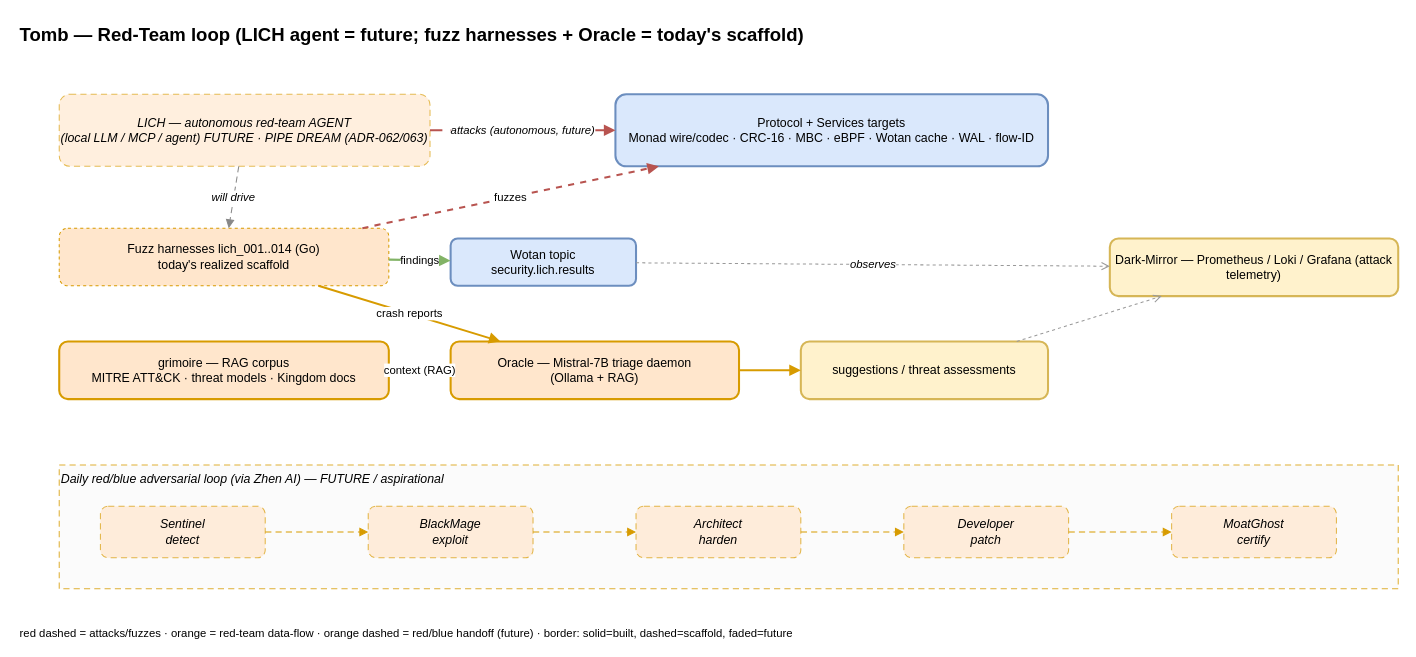
unheaded/unheaded keeps this draw.io diagram as page "5 · Tomb / Red-Team" (5 of 6) of docs/architecture/service-ontology.drawio. Above is the earlier version. Source tidied: cells renumbered, new cells numbered last; positions are measured from the earlier drawing's top-left corner, leaving out a move shared by most shapes. Both pictures are drawn from the tidied source at 103%, with x=0, y=0 at pixel (18, 18).
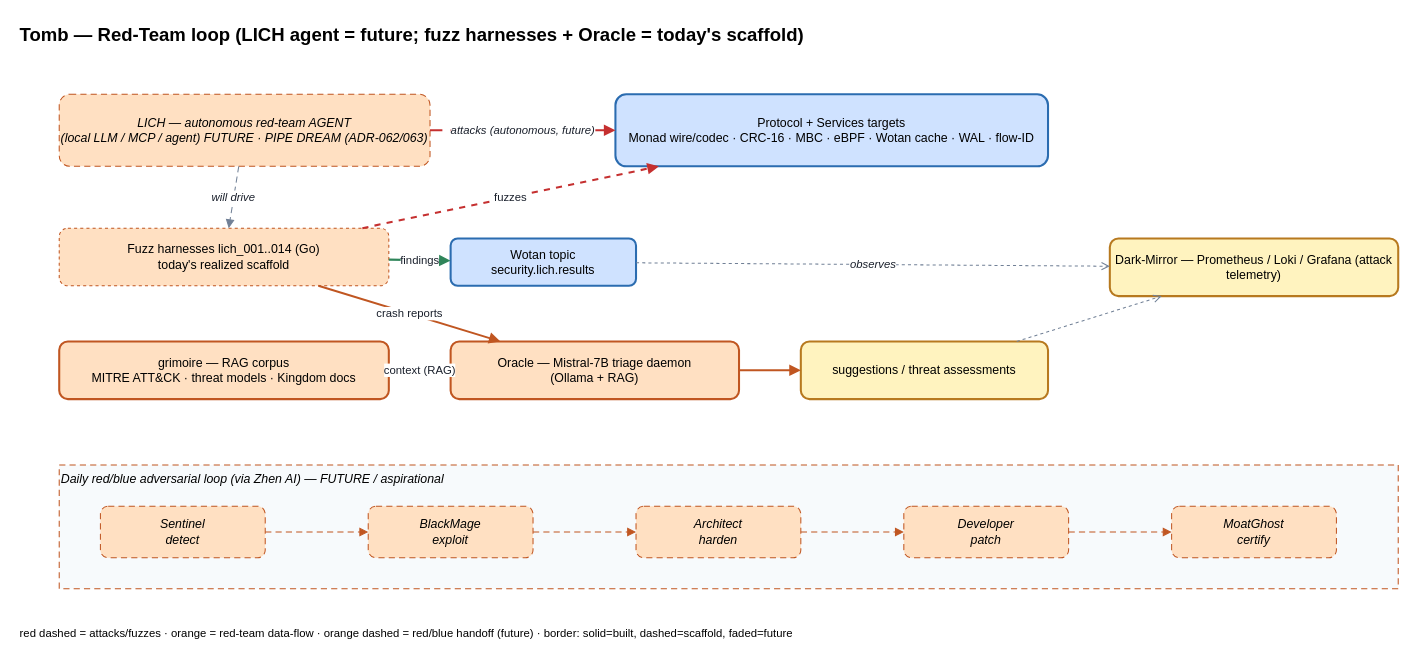
After the change.

Diff of the diagram source:
```diff
@@
-    <mxCell id="3" value="LICH — autonomous red-team AGENT&#10;(local LLM / MCP / agent)   FUTURE · PIPE DREAM (ADR-062/063)" style="rounded=1;whiteSpace=wrap;html=1;fillColor=#ffe6cc;strokeColor=#d79b00;dashed=1;dashPattern=6 4;opacity=65;fontStyle=2;" parent="1" vertex="1">
+    <mxCell id="3" value="LICH — autonomous red-team AGENT&#10;(local LLM / MCP / agent)   FUTURE · PIPE DREAM (ADR-062/063)" style="rounded=1;whiteSpace=wrap;html=1;fillColor=#ffe0c2;strokeColor=#c05621;dashed=1;dashPattern=6 4;fontStyle=2;" parent="1" vertex="1">
       <mxGeometry x="40" y="74" width="360" height="70" as="geometry" />
     </mxCell>
-    <mxCell id="4" value="Protocol + Services targets&#10;Monad wire/codec · CRC-16 · MBC · eBPF · Wotan cache · WAL · flow-ID" style="rounded=1;whiteSpace=wrap;html=1;fillColor=#dae8fc;strokeColor=#6c8ebf;strokeWidth=2;" parent="1" vertex="1">
+    <mxCell id="4" value="Protocol + Services targets&#10;Monad wire/codec · CRC-16 · MBC · eBPF · Wotan cache · WAL · flow-ID" style="rounded=1;whiteSpace=wrap;html=1;fillColor=#cfe2ff;strokeColor=#2b6cb0;strokeWidth=2;" parent="1" vertex="1">
       <mxGeometry x="580" y="74" width="420" height="70" as="geometry" />
     </mxCell>
-    <mxCell id="5" value="attacks (autonomous, future)" style="endArrow=block;html=1;strokeColor=#b85450;strokeWidth=2;dashed=1;dashPattern=6 4;fontStyle=2;" parent="1" edge="1" source="3" target="4">
+    <mxCell id="5" value="attacks (autonomous, future)" style="endArrow=block;html=1;labelBackgroundColor=#ffffff;fontColor=#1a202c;strokeColor=#c53030;strokeWidth=2;dashed=1;dashPattern=6 4;fontStyle=2;" parent="1" edge="1" source="3" target="4">
       <mxGeometry relative="1" as="geometry" />
     </mxCell>
-    <mxCell id="6" value="Fuzz harnesses lich_001..014 (Go)&#10;today's realized scaffold" style="rounded=1;whiteSpace=wrap;html=1;fillColor=#ffe6cc;strokeColor=#d79b00;dashed=1;" parent="1" vertex="1">
+    <mxCell id="6" value="Fuzz harnesses lich_001..014 (Go)&#10;today's realized scaffold" style="rounded=1;whiteSpace=wrap;html=1;fillColor=#ffe0c2;strokeColor=#c05621;dashed=1;" parent="1" vertex="1">
       <mxGeometry x="40" y="204" width="320" height="56" as="geometry" />
     </mxCell>
-    <mxCell id="7" value="will drive" style="endArrow=block;html=1;strokeColor=#888888;dashed=1;dashPattern=6 4;fontStyle=2;" parent="1" edge="1" source="3" target="6">
+    <mxCell id="7" value="will drive" style="endArrow=block;html=1;labelBackgroundColor=#ffffff;fontColor=#1a202c;strokeColor=#718096;dashed=1;dashPattern=6 4;fontStyle=2;" parent="1" edge="1" source="3" target="6">
       <mxGeometry relative="1" as="geometry" />
     </mxCell>
-    <mxCell id="8" value="fuzzes" style="endArrow=block;html=1;strokeColor=#b85450;strokeWidth=2;dashed=1;" parent="1" edge="1" source="6" target="4">
+    <mxCell id="8" value="fuzzes" style="endArrow=block;html=1;labelBackgroundColor=#ffffff;fontColor=#1a202c;strokeColor=#c53030;strokeWidth=2;dashed=1;" parent="1" edge="1" source="6" target="4">
       <mxGeometry relative="1" as="geometry" />
     </mxCell>
-    <mxCell id="9" value="Wotan topic&#10;security.lich.results" style="rounded=1;whiteSpace=wrap;html=1;fillColor=#dae8fc;strokeColor=#6c8ebf;strokeWidth=2;" parent="1" vertex="1">
+    <mxCell id="9" value="Wotan topic&#10;security.lich.results" style="rounded=1;whiteSpace=wrap;html=1;fillColor=#cfe2ff;strokeColor=#2b6cb0;strokeWidth=2;" parent="1" vertex="1">
       <mxGeometry x="420" y="214" width="180" height="46" as="geometry" />
     </mxCell>
-    <mxCell id="10" value="findings" style="endArrow=block;html=1;strokeColor=#82b366;strokeWidth=2;" parent="1" edge="1" source="6" target="9">
+    <mxCell id="10" value="findings" style="endArrow=block;html=1;labelBackgroundColor=#ffffff;fontColor=#1a202c;strokeColor=#2f855a;strokeWidth=2;" parent="1" edge="1" source="6" target="9">
       <mxGeometry relative="1" as="geometry" />
     </mxCell>
-    <mxCell id="11" value="grimoire — RAG corpus&#10;MITRE ATT&amp;CK · threat models · Kingdom docs" style="rounded=1;whiteSpace=wrap;html=1;fillColor=#ffe6cc;strokeColor=#d79b00;strokeWidth=2;" parent="1" vertex="1">
+    <mxCell id="11" value="grimoire — RAG corpus&#10;MITRE ATT&amp;CK · threat models · Kingdom docs" style="rounded=1;whiteSpace=wrap;html=1;fillColor=#ffe0c2;strokeColor=#c05621;strokeWidth=2;" parent="1" vertex="1">
       <mxGeometry x="40" y="314" width="320" height="56" as="geometry" />
     </mxCell>
-    <mxCell id="12" value="Oracle — Mistral-7B triage daemon&#10;(Ollama + RAG)" style="rounded=1;whiteSpace=wrap;html=1;fillColor=#ffe6cc;strokeColor=#d79b00;strokeWidth=2;" parent="1" vertex="1">
+    <mxCell id="12" value="Oracle — Mistral-7B triage daemon&#10;(Ollama + RAG)" style="rounded=1;whiteSpace=wrap;html=1;fillColor=#ffe0c2;strokeColor=#c05621;strokeWidth=2;" parent="1" vertex="1">
       <mxGeometry x="420" y="314" width="280" height="56" as="geometry" />
     </mxCell>
-    <mxCell id="13" value="suggestions / threat assessments" style="rounded=1;whiteSpace=wrap;html=1;fillColor=#fff2cc;strokeColor=#d6b656;strokeWidth=2;" parent="1" vertex="1">
+    <mxCell id="13" value="suggestions / threat assessments" style="rounded=1;whiteSpace=wrap;html=1;fillColor=#fff3bf;strokeColor=#b7791f;strokeWidth=2;" parent="1" vertex="1">
       <mxGeometry x="760" y="314" width="240" height="56" as="geometry" />
     </mxCell>
-    <mxCell id="14" value="context (RAG)" style="endArrow=block;html=1;strokeColor=#d79b00;strokeWidth=2;" parent="1" edge="1" source="11" target="12">
+    <mxCell id="14" value="context (RAG)" style="endArrow=block;html=1;labelBackgroundColor=#ffffff;fontColor=#1a202c;strokeColor=#c05621;strokeWidth=2;" parent="1" edge="1" source="11" target="12">
       <mxGeometry relative="1" as="geometry" />
     </mxCell>
-    <mxCell id="15" value="crash reports" style="endArrow=block;html=1;strokeColor=#d79b00;strokeWidth=2;" parent="1" edge="1" source="6" target="12">
+    <mxCell id="15" value="crash reports" style="endArrow=block;html=1;labelBackgroundColor=#ffffff;fontColor=#1a202c;strokeColor=#c05621;strokeWidth=2;" parent="1" edge="1" source="6" target="12">
       <mxGeometry relative="1" as="geometry" />
     </mxCell>
-    <mxCell id="16" style="endArrow=block;html=1;strokeColor=#d79b00;strokeWidth=2;" parent="1" edge="1" source="12" target="13">
+    <mxCell id="16" style="endArrow=block;html=1;labelBackgroundColor=#ffffff;fontColor=#1a202c;strokeColor=#c05621;strokeWidth=2;" parent="1" edge="1" source="12" target="13">
       <mxGeometry relative="1" as="geometry" />
     </mxCell>
-    <mxCell id="17" value="Dark-Mirror — Prometheus / Loki / Grafana (attack telemetry)" style="rounded=1;whiteSpace=wrap;html=1;fillColor=#fff2cc;strokeColor=#d6b656;strokeWidth=2;" parent="1" vertex="1">
+    <mxCell id="17" value="Dark-Mirror — Prometheus / Loki / Grafana (attack telemetry)" style="rounded=1;whiteSpace=wrap;html=1;fillColor=#fff3bf;strokeColor=#b7791f;strokeWidth=2;" parent="1" vertex="1">
       <mxGeometry x="1060" y="214" width="280" height="56" as="geometry" />
     </mxCell>
-    <mxCell id="18" value="observes" style="endArrow=open;html=1;strokeColor=#999999;dashed=1;fontStyle=2;" parent="1" edge="1" source="9" target="17">
+    <mxCell id="18" value="observes" style="endArrow=open;html=1;labelBackgroundColor=#ffffff;fontColor=#1a202c;strokeColor=#718096;dashed=1;fontStyle=2;" parent="1" edge="1" source="9" target="17">
       <mxGeometry relative="1" as="geometry" />
     </mxCell>
-    <mxCell id="19" style="endArrow=open;html=1;strokeColor=#999999;dashed=1;" parent="1" edge="1" source="13" target="17">
+    <mxCell id="19" style="endArrow=open;html=1;labelBackgroundColor=#ffffff;fontColor=#1a202c;strokeColor=#718096;dashed=1;" parent="1" edge="1" source="13" target="17">
       <mxGeometry relative="1" as="geometry" />
     </mxCell>
-    <mxCell id="20" value="Daily red/blue adversarial loop (via Zhen AI) — FUTURE / aspirational" style="rounded=0;whiteSpace=wrap;html=1;fillColor=#fbfbfb;strokeColor=#d79b00;dashed=1;dashPattern=6 4;verticalAlign=top;align=left;fontStyle=2;fontSize=12;opacity=80;" parent="1" vertex="1">
+    <mxCell id="20" value="Daily red/blue adversarial loop (via Zhen AI) — FUTURE / aspirational" style="rounded=0;whiteSpace=wrap;html=1;fillColor=#f7fafc;strokeColor=#c05621;dashed=1;dashPattern=6 4;verticalAlign=top;align=left;fontStyle=2;fontSize=12;" parent="1" vertex="1">
       <mxGeometry x="40" y="434" width="1300" height="120" as="geometry" />
     </mxCell>
-    <mxCell id="21" value="Sentinel&#10;detect" style="rounded=1;whiteSpace=wrap;html=1;fillColor=#ffe6cc;strokeColor=#d79b00;dashed=1;dashPattern=6 4;opacity=70;fontStyle=2;" parent="1" vertex="1">
+    <mxCell id="21" value="Sentinel&#10;detect" style="rounded=1;whiteSpace=wrap;html=1;fillColor=#ffe0c2;strokeColor=#c05621;dashed=1;dashPattern=6 4;fontStyle=2;" parent="1" vertex="1">
       <mxGeometry x="80" y="474" width="160" height="50" as="geometry" />
     </mxCell>
-    <mxCell id="22" value="BlackMage&#10;exploit" style="rounded=1;whiteSpace=wrap;html=1;fillColor=#ffe6cc;strokeColor=#d79b00;dashed=1;dashPattern=6 4;opacity=70;fontStyle=2;" parent="1" vertex="1">
+    <mxCell id="22" value="BlackMage&#10;exploit" style="rounded=1;whiteSpace=wrap;html=1;fillColor=#ffe0c2;strokeColor=#c05621;dashed=1;dashPattern=6 4;fontStyle=2;" parent="1" vertex="1">
       <mxGeometry x="340" y="474" width="160" height="50" as="geometry" />
     </mxCell>
-    <mxCell id="23" value="Architect&#10;harden" style="rounded=1;whiteSpace=wrap;html=1;fillColor=#ffe6cc;strokeColor=#d79b00;dashed=1;dashPattern=6 4;opacity=70;fontStyle=2;" parent="1" vertex="1">
+    <mxCell id="23" value="Architect&#10;harden" style="rounded=1;whiteSpace=wrap;html=1;fillColor=#ffe0c2;strokeColor=#c05621;dashed=1;dashPattern=6 4;fontStyle=2;" parent="1" vertex="1">
       <mxGeometry x="600" y="474" width="160" height="50" as="geometry" />
     </mxCell>
-    <mxCell id="24" value="Developer&#10;patch" style="rounded=1;whiteSpace=wrap;html=1;fillColor=#ffe6cc;strokeColor=#d79b00;dashed=1;dashPattern=6 4;opacity=70;fontStyle=2;" parent="1" vertex="1">
+    <mxCell id="24" value="Developer&#10;patch" style="rounded=1;whiteSpace=wrap;html=1;fillColor=#ffe0c2;strokeColor=#c05621;dashed=1;dashPattern=6 4;fontStyle=2;" parent="1" vertex="1">
       <mxGeometry x="860" y="474" width="160" height="50" as="geometry" />
     </mxCell>
-    <mxCell id="25" value="MoatGhost&#10;certify" style="rounded=1;whiteSpace=wrap;html=1;fillColor=#ffe6cc;strokeColor=#d79b00;dashed=1;dashPattern=6 4;opacity=70;fontStyle=2;" parent="1" vertex="1">
+    <mxCell id="25" value="MoatGhost&#10;certify" style="rounded=1;whiteSpace=wrap;html=1;fillColor=#ffe0c2;strokeColor=#c05621;dashed=1;dashPattern=6 4;fontStyle=2;" parent="1" vertex="1">
       <mxGeometry x="1120" y="474" width="160" height="50" as="geometry" />
     </mxCell>
-    <mxCell id="26" style="endArrow=block;html=1;strokeColor=#d79b00;dashed=1;dashPattern=6 4;" parent="1" edge="1" source="21" target="22">
+    <mxCell id="26" style="endArrow=block;html=1;labelBackgroundColor=#ffffff;fontColor=#1a202c;strokeColor=#c05621;dashed=1;dashPattern=6 4;" parent="1" edge="1" source="21" target="22">
       <mxGeometry relative="1" as="geometry" />
     </mxCell>
-    <mxCell id="27" style="endArrow=block;html=1;strokeColor=#d79b00;dashed=1;dashPattern=6 4;" parent="1" edge="1" source="22" target="23">
+    <mxCell id="27" style="endArrow=block;html=1;labelBackgroundColor=#ffffff;fontColor=#1a202c;strokeColor=#c05621;dashed=1;dashPattern=6 4;" parent="1" edge="1" source="22" target="23">
       <mxGeometry relative="1" as="geometry" />
     </mxCell>
-    <mxCell id="28" style="endArrow=block;html=1;strokeColor=#d79b00;dashed=1;dashPattern=6 4;" parent="1" edge="1" source="23" target="24">
+    <mxCell id="28" style="endArrow=block;html=1;labelBackgroundColor=#ffffff;fontColor=#1a202c;strokeColor=#c05621;dashed=1;dashPattern=6 4;" parent="1" edge="1" source="23" target="24">
       <mxGeometry relative="1" as="geometry" />
     </mxCell>
-    <mxCell id="29" style="endArrow=block;html=1;strokeColor=#d79b00;dashed=1;dashPattern=6 4;" parent="1" edge="1" source="24" target="25">
+    <mxCell id="29" style="endArrow=block;html=1;labelBackgroundColor=#ffffff;fontColor=#1a202c;strokeColor=#c05621;dashed=1;dashPattern=6 4;" parent="1" edge="1" source="24" target="25">
       <mxGeometry relative="1" as="geometry" />
     </mxCell>
```
